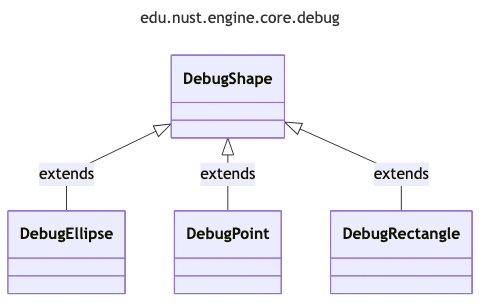
This is uml/generated/png/package_edu_nust_engine_core_debug.png from zombie-zero-nust/zombie-zero, a Mermaid export, as it was before one commit. Its source is kept beside it as uml/generated/mmd/package_edu_nust_engine_core_debug.mmd. Its diagram source:
```mermaid
---
title: edu.nust.engine.core.debug
config:
  look: classic
  layout: dagre
  flowchart:
    curve: linear
  class:
    defaultRenderer: dagre-wrapper
---
classDiagram
class DebugRectangle
class DebugPoint
class DebugEllipse
class DebugShape
DebugShape <|-- DebugEllipse : extends
DebugShape <|-- DebugPoint : extends
DebugShape <|-- DebugRectangle : extends
```
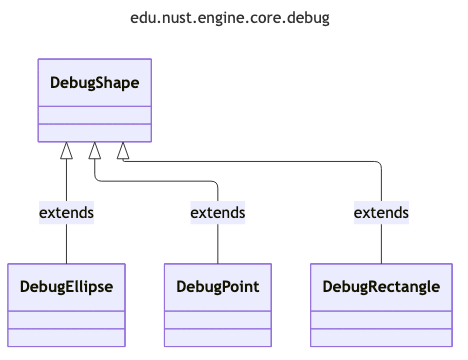
The same diagram one commit later.

The edit, as a diff of the source:
```diff
@@ -2,17 +2,17 @@
 title: edu.nust.engine.core.debug
 config:
   look: classic
-  layout: dagre
+  layout: elk
   flowchart:
     curve: linear
   class:
     defaultRenderer: dagre-wrapper
 ---
 classDiagram
-class DebugRectangle
-class DebugPoint
-class DebugEllipse
-class DebugShape
+  class DebugPoint
+  class DebugEllipse
+  class DebugRectangle
+  class DebugShape
 DebugShape <|-- DebugEllipse : extends
 DebugShape <|-- DebugPoint : extends
 DebugShape <|-- DebugRectangle : extends
```
